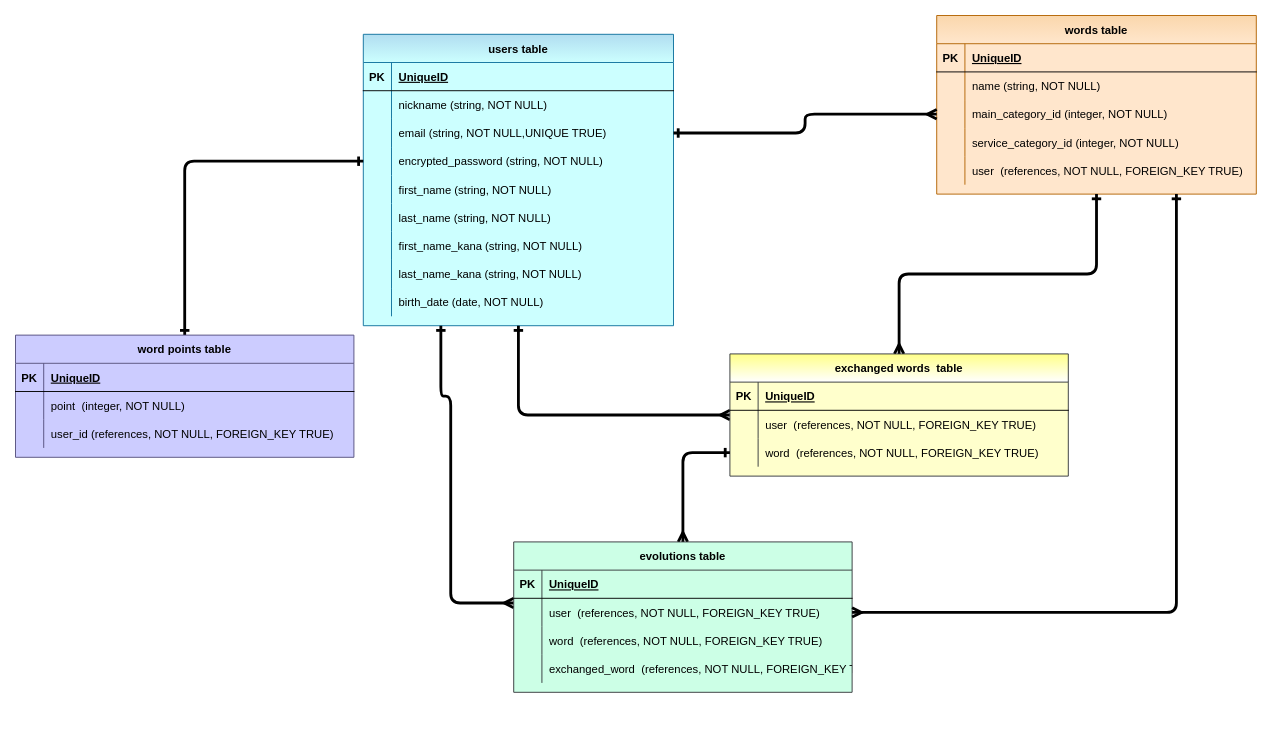
Earlier version of the draw.io diagram E-R図.dio (portfoliokns/word_experience). Source tidied: cells renumbered, new cells numbered last; positions are measured from the earlier drawing's top-left corner, leaving out a move shared by most shapes. Both pictures are drawn from the tidied source at 94%, with x=0, y=0 at pixel (15, 15).
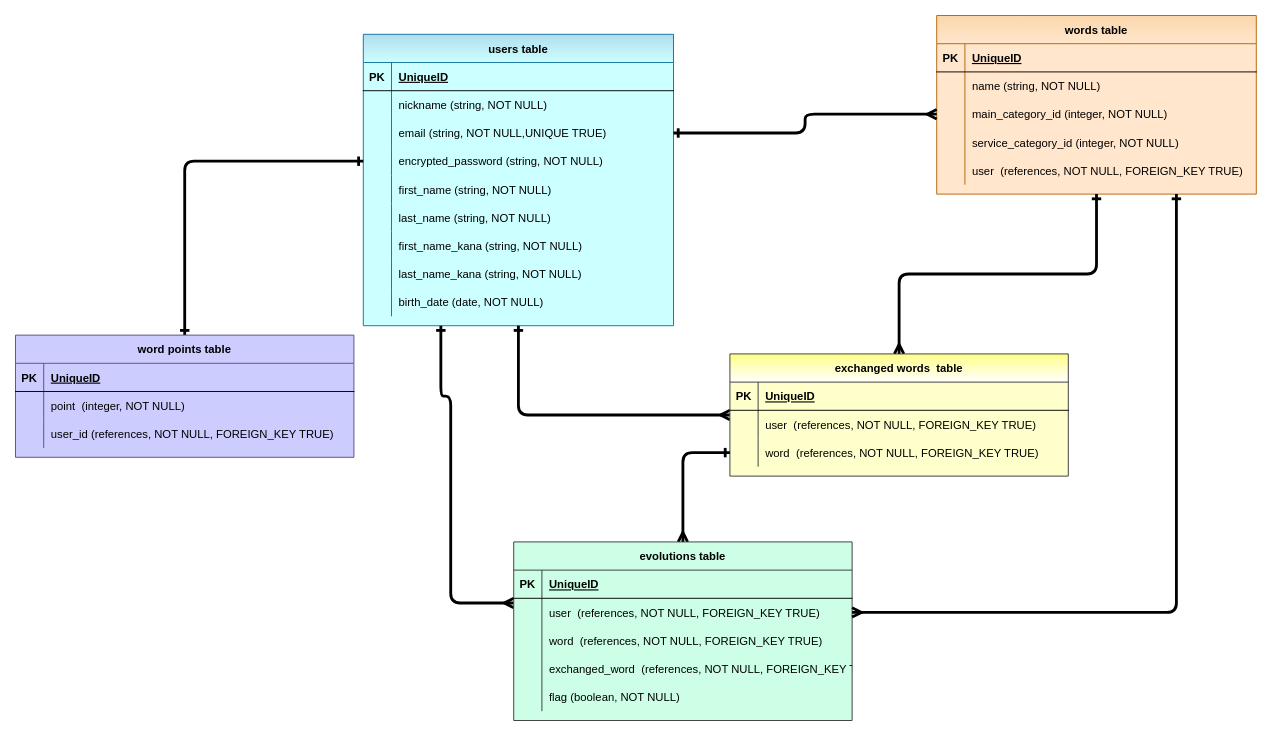
The same diagram, later.

The edit, as a diff of the source:
```diff
@@
     <mxCell id="72" value="evolutions table" style="shape=table;startSize=30;childLayout=tableLayout;rowLines=0;fontStyle=1;align=center;fillColor=#CCFFE6;strokeColor=#36393d;fontColor=#000000;swimlaneFillColor=#CCFFE6;gradientColor=#CCFFE6;labelBackgroundColor=none;labelBorderColor=none;" parent="1" vertex="1">
-      <mxGeometry x="530" y="560" width="360" height="160" as="geometry" />
+      <mxGeometry x="530" y="560" width="360" height="190" as="geometry" />
     </mxCell>
@@
+    <mxCell id="86" style="shape=partialRectangle;fillColor=none;top=0;left=0;bottom=0;right=0;" parent="72" vertex="1">
+      <mxGeometry y="150" width="360" height="30" as="geometry" />
+    </mxCell>
+    <mxCell id="87" style="shape=partialRectangle;fillColor=none;top=0;left=0;bottom=0;right=0;overflow=hidden;" parent="86" vertex="1">
+      <mxGeometry width="30" height="30" as="geometry" />
+    </mxCell>
+    <mxCell id="88" value="flag (boolean, NOT NULL)" style="shape=partialRectangle;fillColor=none;top=0;left=0;bottom=0;right=0;align=left;spacingLeft=6;overflow=hidden;fontColor=#000000;" parent="86" vertex="1">
+      <mxGeometry x="30" width="330" height="30" as="geometry" />
+    </mxCell>
```
